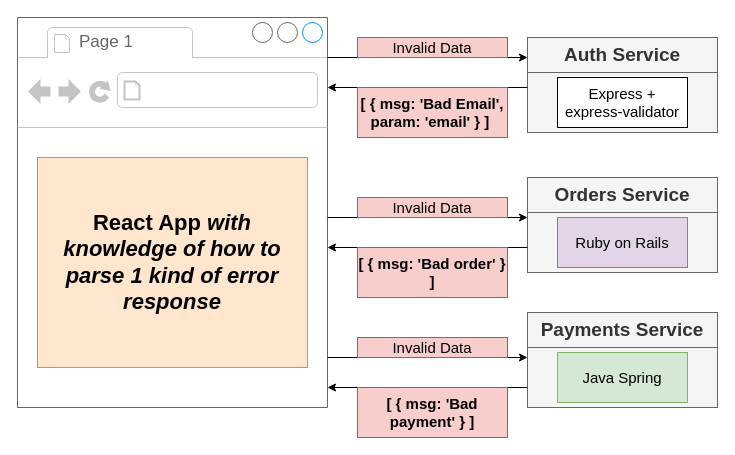
This is page "06 - structure" (6 of 28) of diagrams/05/03.drawio from HappySuzuki/microservices-cast, a draw.io file, before an edit. Source tidied: cells renumbered, new cells numbered last; positions are measured from the earlier drawing's top-left corner, leaving out a move shared by most shapes. Both pictures are drawn from the tidied source at 100%, with x=0, y=0 at pixel (17, 17).
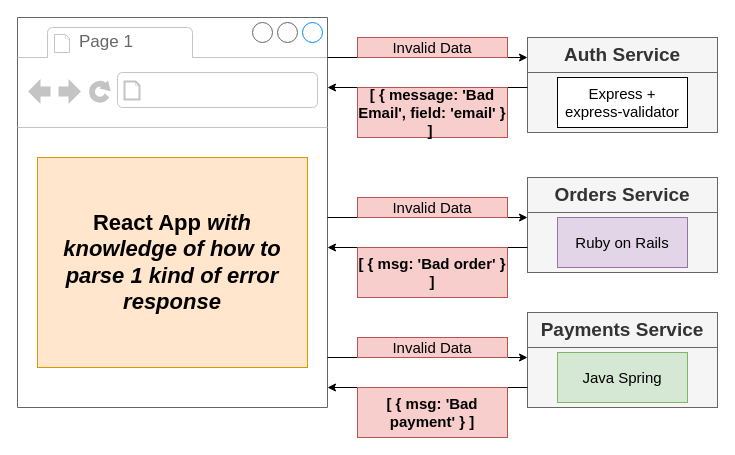
Above is the later version.

Change to the diagram source:
```diff
@@
-    <mxCell id="12" value="[ { msg: 'Bad Email', param: 'email' } ]&amp;nbsp;" style="rounded=0;whiteSpace=wrap;html=1;fontSize=15;fillColor=#f8cecc;strokeColor=#b85450;fontStyle=1;" parent="1" vertex="1">
+    <mxCell id="12" value="[ { message: 'Bad Email', field: 'email' } ]&amp;nbsp;" style="rounded=0;whiteSpace=wrap;html=1;fontSize=15;fillColor=#f8cecc;strokeColor=#b85450;fontStyle=1;" parent="1" vertex="1">
       <mxGeometry x="340" y="70" width="150" height="50" as="geometry" />
     </mxCell>
```
